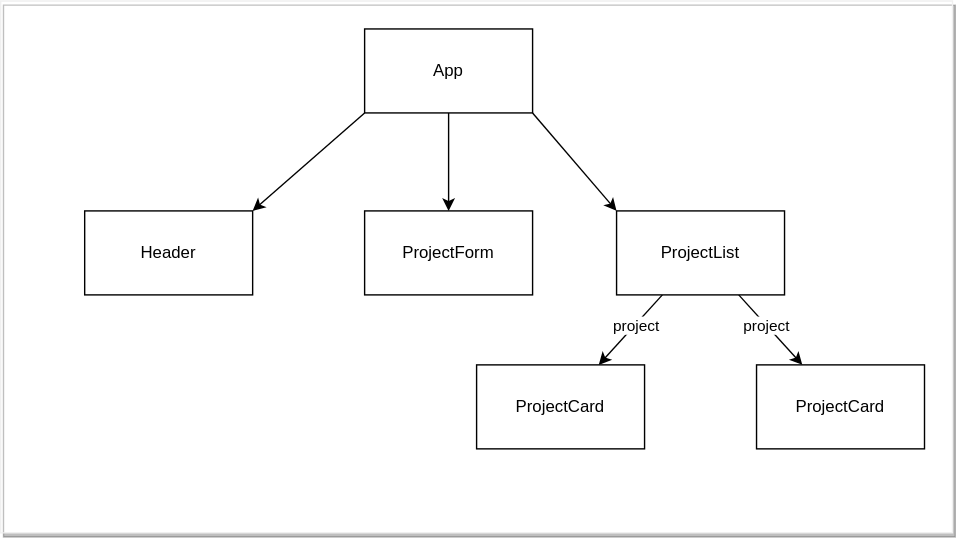
This is 02_state_and_events/assets/components-diagram.drawio.svg from learn-co-curriculum/SENG-LIVE-013023-Phase-2-React, a draw.io export, as it was before one commit. Source tidied: cells renumbered, new cells last; positions are measured from the earlier drawing's top-left corner, leaving out a move shared by most shapes.
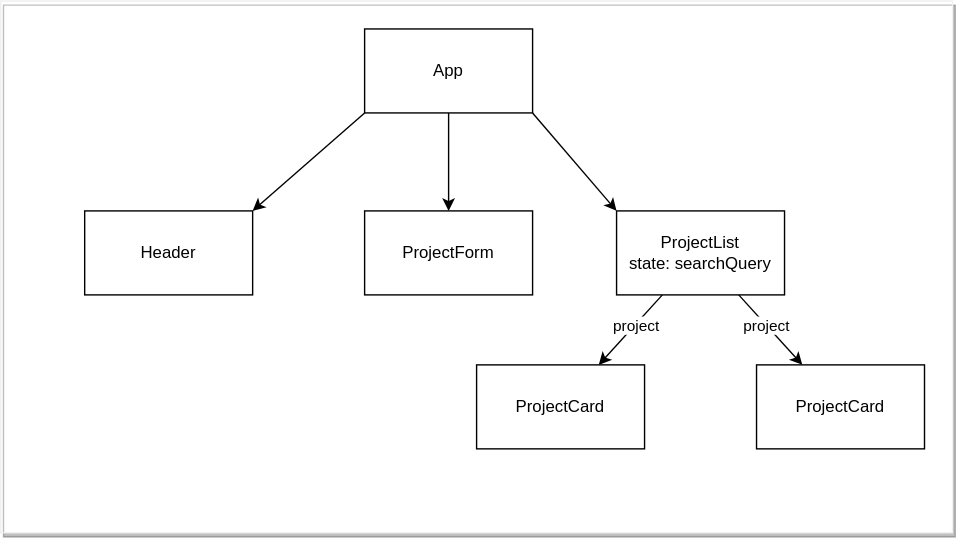
After the change.

Diff of the diagram source:
```diff
@@ -37,7 +37,7 @@
         <mxPoint y="1" as="offset" />
       </mxGeometry>
     </mxCell>
-    <mxCell id="13" value="ProjectList" style="rounded=0;whiteSpace=wrap;html=1;" parent="1" vertex="1">
+    <mxCell id="13" value="ProjectList&lt;br&gt;state: searchQuery" style="rounded=0;whiteSpace=wrap;html=1;" parent="1" vertex="1">
       <mxGeometry x="440" y="150" width="120" height="60" as="geometry" />
     </mxCell>
     <mxCell id="14" value="ProjectCard" style="rounded=0;whiteSpace=wrap;html=1;" parent="1" vertex="1">
```
